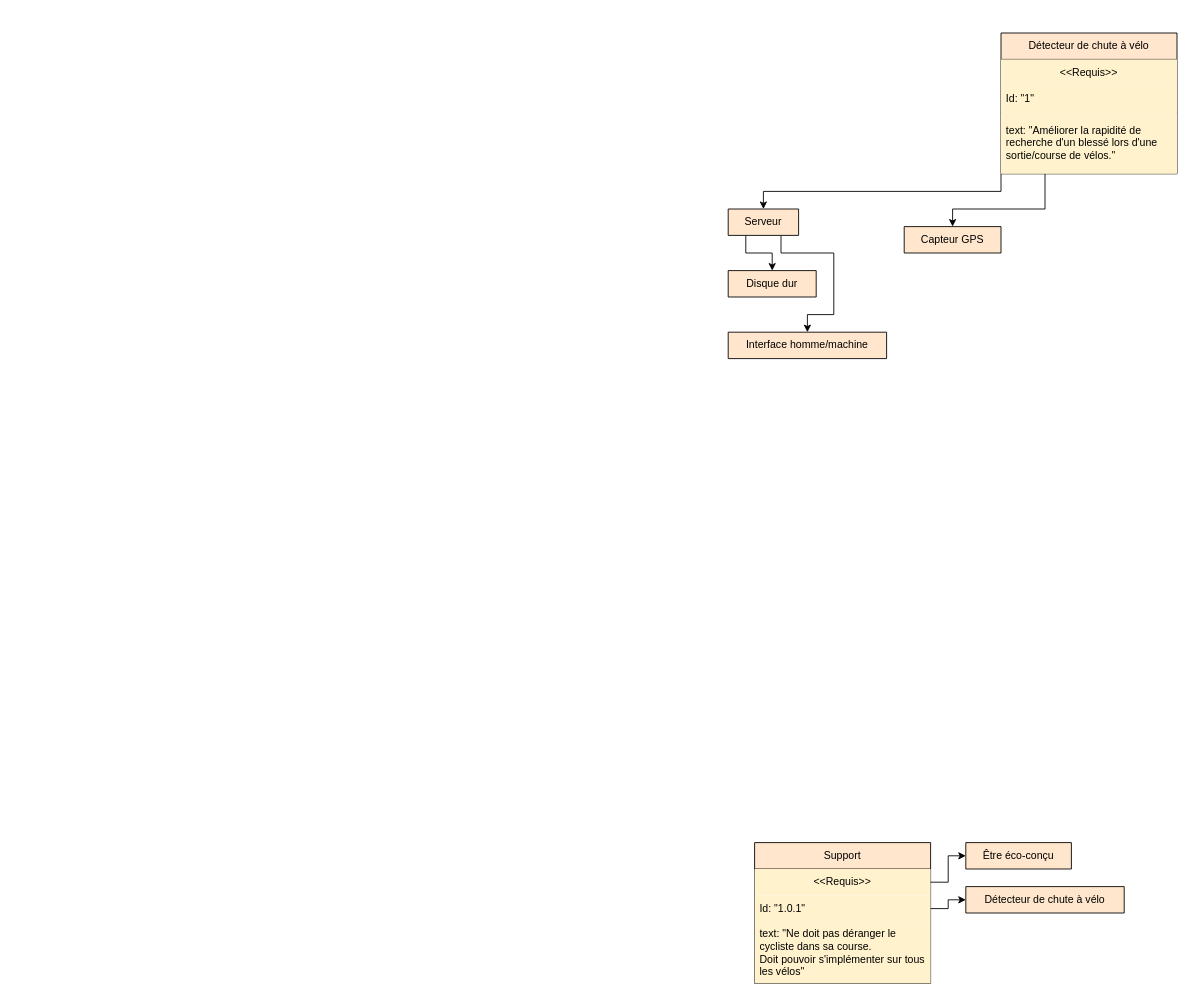
Earlier version of the draw.io diagram Diagramme d'exigence 2I2D.drawio (JLUSE63/2I2D). Source tidied: cells renumbered, new cells numbered last; positions are measured from the earlier drawing's top-left corner, leaving out a move shared by most shapes. Both pictures are drawn from the tidied source at 88%, with x=0, y=0 at pixel (728, 33).
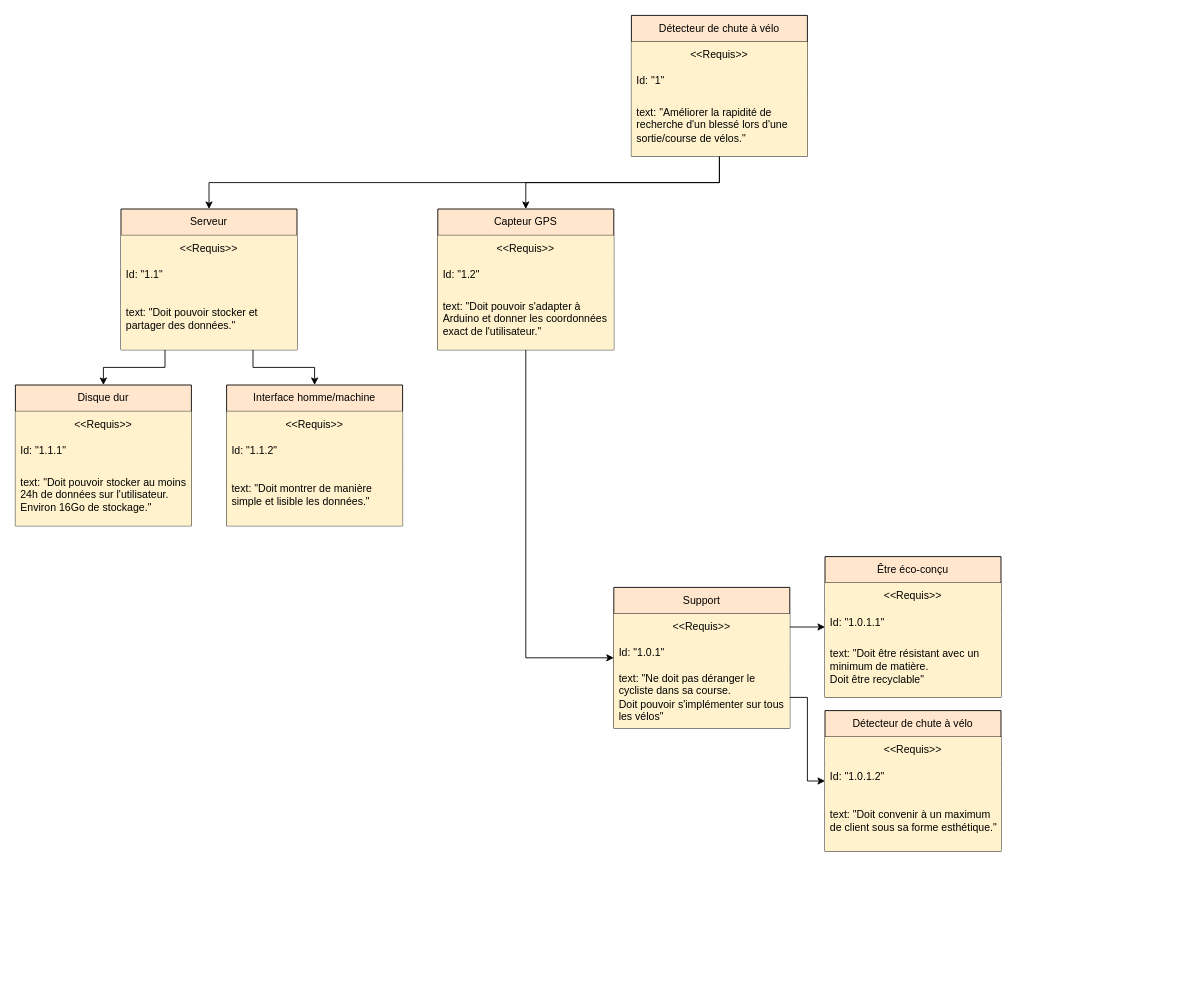
The same diagram, later.

Commit message:
Mettre à jour Diagramme d'exigence 2I2D.drawio

Unchanged cells that the change refers to:
```xml
<mxCell id="16" value="Id: &quot;1.0.1&quot;" style="text;strokeColor=none;fillColor=#fff2cc;align=left;verticalAlign=middle;spacingLeft=4;spacingRight=4;overflow=hidden;points=[[0,0.5],[1,0.5]];portConstraint=eastwest;whiteSpace=wrap;html=1;strokeWidth=0;" parent="14" vertex="1">
  <mxGeometry y="60" width="200" height="30" as="geometry" />
</mxCell>
<mxCell id="17" value="text: &quot;Ne doit pas déranger le cycliste dans sa course.&lt;br&gt;Doit pouvoir s'implémenter sur tous les vélos&quot;" style="text;strokeColor=none;fillColor=#fff2cc;align=left;verticalAlign=middle;spacingLeft=4;spacingRight=4;overflow=hidden;points=[[0,0.5],[1,0.5]];portConstraint=eastwest;whiteSpace=wrap;html=1;strokeWidth=0;" parent="14" vertex="1">
  <mxGeometry y="90" width="200" height="70" as="geometry" />
</mxCell>
```

Change to the diagram source:
```diff
@@
-    <mxCell id="2" style="edgeStyle=orthogonalEdgeStyle;rounded=0;jettySize=auto;html=1;exitX=0;exitY=1;exitDx=0;exitDy=0;entryX=0.5;entryY=0;entryDx=0;entryDy=0;" parent="1" edge="1" source="4" target="12">
+    <mxCell id="2" style="edgeStyle=orthogonalEdgeStyle;rounded=0;jettySize=auto;html=1;exitX=0.5;exitY=1;exitDx=0;exitDy=0;entryX=0.5;entryY=0;entryDx=0;entryDy=0;" parent="1" edge="1" source="4" target="12">
       <mxGeometry relative="1" as="geometry" />
     </mxCell>
-    <mxCell id="3" style="edgeStyle=orthogonalEdgeStyle;rounded=0;jettySize=auto;html=1;exitX=0.25;exitY=1;exitDx=0;exitDy=0;entryX=0.5;entryY=0;entryDx=0;entryDy=0;" parent="1" edge="1" source="4" target="13">
-      <mxGeometry relative="1" as="geometry">
-        <Array as="points">
-          <mxPoint x="360" y="200" />
-          <mxPoint x="255" y="200" />
-        </Array>
-      </mxGeometry>
+    <mxCell id="3" style="edgeStyle=orthogonalEdgeStyle;rounded=0;jettySize=auto;html=1;exitX=0.5;exitY=1;exitDx=0;exitDy=0;entryX=0.5;entryY=0;entryDx=0;entryDy=0;" parent="1" edge="1" source="4" target="13">
+      <mxGeometry relative="1" as="geometry" />
     </mxCell>
     <mxCell id="4" value="Détecteur de chute à vélo" style="swimlane;fontStyle=0;horizontal=1;startSize=30;whiteSpace=wrap;html=1;strokeWidth=1;fillColor=#ffe6cc;strokeColor=default;" parent="1" vertex="1">
-      <mxGeometry x="310" width="200" height="160" as="geometry" />
+      <mxGeometry x="-110" y="-20" width="200" height="160" as="geometry" />
     </mxCell>
@@
+    <mxCell id="10" value="Interface homme/machine" style="swimlane;fontStyle=0;horizontal=1;startSize=30;whiteSpace=wrap;html=1;strokeWidth=1;fillColor=#ffe6cc;strokeColor=default;" parent="1" vertex="1">
+      <mxGeometry x="-570" y="400" width="200" height="160" as="geometry" />
+    </mxCell>
+    <mxCell id="22" value="&amp;lt;&amp;lt;Requis&amp;gt;&amp;gt;" style="text;strokeColor=none;fillColor=#fff2cc;align=center;verticalAlign=middle;spacingLeft=4;spacingRight=4;overflow=hidden;whiteSpace=wrap;html=1;strokeWidth=0;" parent="10" vertex="1">
+      <mxGeometry y="30" width="200" height="30" as="geometry" />
+    </mxCell>
+    <mxCell id="23" value="Id: &quot;1.1.2&quot;" style="text;strokeColor=none;fillColor=#fff2cc;align=left;verticalAlign=middle;spacingLeft=4;spacingRight=4;overflow=hidden;whiteSpace=wrap;html=1;strokeWidth=0;" parent="10" vertex="1">
+      <mxGeometry y="60" width="200" height="30" as="geometry" />
+    </mxCell>
+    <mxCell id="24" value="text: &quot;Doit montrer de manière simple et lisible les données.&quot;" style="text;strokeColor=none;fillColor=#fff2cc;align=left;verticalAlign=middle;spacingLeft=4;spacingRight=4;overflow=hidden;whiteSpace=wrap;html=1;strokeWidth=0;" parent="10" vertex="1">
+      <mxGeometry y="90" width="200" height="70" as="geometry" />
+    </mxCell>
+    <mxCell id="11" value="Disque dur" style="swimlane;fontStyle=0;horizontal=1;startSize=30;whiteSpace=wrap;html=1;strokeWidth=1;fillColor=#ffe6cc;strokeColor=default;" parent="1" vertex="1">
+      <mxGeometry x="-810" y="400" width="200" height="160" as="geometry" />
+    </mxCell>
+    <mxCell id="25" value="&amp;lt;&amp;lt;Requis&amp;gt;&amp;gt;" style="text;strokeColor=none;fillColor=#fff2cc;align=center;verticalAlign=middle;spacingLeft=4;spacingRight=4;overflow=hidden;whiteSpace=wrap;html=1;strokeWidth=0;" parent="11" vertex="1">
+      <mxGeometry y="30" width="200" height="30" as="geometry" />
+    </mxCell>
+    <mxCell id="26" value="Id: &quot;1.1.1&quot;" style="text;strokeColor=none;fillColor=#fff2cc;align=left;verticalAlign=middle;spacingLeft=4;spacingRight=4;overflow=hidden;whiteSpace=wrap;html=1;strokeWidth=0;" parent="11" vertex="1">
+      <mxGeometry y="60" width="200" height="30" as="geometry" />
+    </mxCell>
+    <mxCell id="27" value="text: &quot;Doit pouvoir stocker au moins 24h de données sur l'utilisateur.&lt;br&gt;Environ 16Go de stockage.&quot;" style="text;strokeColor=none;fillColor=#fff2cc;align=left;verticalAlign=middle;spacingLeft=4;spacingRight=4;overflow=hidden;whiteSpace=wrap;html=1;strokeWidth=0;" parent="11" vertex="1">
+      <mxGeometry y="90" width="200" height="70" as="geometry" />
+    </mxCell>
+    <mxCell id="9" style="edgeStyle=orthogonalEdgeStyle;rounded=0;jettySize=auto;html=1;exitX=0.75;exitY=1;exitDx=0;exitDy=0;entryX=0.5;entryY=0;entryDx=0;entryDy=0;" parent="1" edge="1" source="12" target="10">
+      <mxGeometry relative="1" as="geometry" />
+    </mxCell>
@@
-    <mxCell id="9" style="edgeStyle=orthogonalEdgeStyle;rounded=0;jettySize=auto;html=1;exitX=0.75;exitY=1;exitDx=0;exitDy=0;entryX=0.5;entryY=0;entryDx=0;entryDy=0;" parent="1" edge="1" source="12" target="10">
-      <mxGeometry relative="1" as="geometry">
-        <Array as="points">
-          <mxPoint x="60" y="250" />
-          <mxPoint x="120" y="250" />
-          <mxPoint x="120" y="320" />
-          <mxPoint x="90" y="320" />
-        </Array>
-      </mxGeometry>
-    </mxCell>
-    <mxCell id="10" value="Interface homme/machine" style="swimlane;fontStyle=0;horizontal=1;startSize=30;whiteSpace=wrap;html=1;strokeWidth=1;fillColor=#ffe6cc;strokeColor=default;" parent="1" vertex="1" collapsed="1">
-      <mxGeometry y="340" width="180" height="30" as="geometry" />
-    </mxCell>
-    <mxCell id="11" value="Disque dur" style="swimlane;fontStyle=0;horizontal=1;startSize=30;whiteSpace=wrap;html=1;strokeWidth=1;fillColor=#ffe6cc;strokeColor=default;" parent="1" vertex="1" collapsed="1">
-      <mxGeometry y="270" width="100" height="30" as="geometry" />
-    </mxCell>
-    <mxCell id="12" value="Serveur" style="swimlane;fontStyle=0;horizontal=1;startSize=30;whiteSpace=wrap;html=1;strokeWidth=1;fillColor=#ffe6cc;strokeColor=default;" parent="1" vertex="1" collapsed="1">
-      <mxGeometry y="200" width="80" height="30" as="geometry" />
+    <mxCell id="12" value="Serveur" style="swimlane;fontStyle=0;horizontal=1;startSize=30;whiteSpace=wrap;html=1;strokeWidth=1;fillColor=#ffe6cc;strokeColor=default;" parent="1" vertex="1">
+      <mxGeometry x="-690" y="200" width="200" height="160" as="geometry" />
     </mxCell>
+    <mxCell id="28" value="&amp;lt;&amp;lt;Requis&amp;gt;&amp;gt;" style="text;strokeColor=none;fillColor=#fff2cc;align=center;verticalAlign=middle;spacingLeft=4;spacingRight=4;overflow=hidden;whiteSpace=wrap;html=1;strokeWidth=0;" parent="12" vertex="1">
+      <mxGeometry y="30" width="200" height="30" as="geometry" />
+    </mxCell>
+    <mxCell id="29" value="Id: &quot;1.1&quot;" style="text;strokeColor=none;fillColor=#fff2cc;align=left;verticalAlign=middle;spacingLeft=4;spacingRight=4;overflow=hidden;whiteSpace=wrap;html=1;strokeWidth=0;" parent="12" vertex="1">
+      <mxGeometry y="60" width="200" height="30" as="geometry" />
+    </mxCell>
+    <mxCell id="30" value="text: &quot;Doit pouvoir stocker et partager des données.&quot;" style="text;strokeColor=none;fillColor=#fff2cc;align=left;verticalAlign=middle;spacingLeft=4;spacingRight=4;overflow=hidden;whiteSpace=wrap;html=1;strokeWidth=0;" parent="12" vertex="1">
+      <mxGeometry y="90" width="200" height="70" as="geometry" />
+    </mxCell>
+    <mxCell id="31" style="edgeStyle=orthogonalEdgeStyle;rounded=0;jettySize=auto;html=1;exitX=0.5;exitY=1;exitDx=0;exitDy=0;entryX=0;entryY=0.5;entryDx=0;entryDy=0;" parent="1" edge="1" source="13" target="14">
+      <mxGeometry relative="1" as="geometry" />
+    </mxCell>
-    <mxCell id="13" value="Capteur GPS" style="swimlane;fontStyle=0;horizontal=1;startSize=30;whiteSpace=wrap;html=1;strokeWidth=1;fillColor=#ffe6cc;strokeColor=default;" parent="1" vertex="1" collapsed="1">
-      <mxGeometry x="200" y="220" width="110" height="30" as="geometry" />
+    <mxCell id="13" value="Capteur GPS" style="swimlane;fontStyle=0;horizontal=1;startSize=30;whiteSpace=wrap;html=1;strokeWidth=1;fillColor=#ffe6cc;strokeColor=default;" parent="1" vertex="1">
+      <mxGeometry x="-330" y="200" width="200" height="160" as="geometry" />
     </mxCell>
+    <mxCell id="32" value="&amp;lt;&amp;lt;Requis&amp;gt;&amp;gt;" style="text;strokeColor=none;fillColor=#fff2cc;align=center;verticalAlign=middle;spacingLeft=4;spacingRight=4;overflow=hidden;whiteSpace=wrap;html=1;strokeWidth=0;" parent="13" vertex="1">
+      <mxGeometry y="30" width="200" height="30" as="geometry" />
+    </mxCell>
+    <mxCell id="33" value="Id: &quot;1.2&quot;" style="text;strokeColor=none;fillColor=#fff2cc;align=left;verticalAlign=middle;spacingLeft=4;spacingRight=4;overflow=hidden;whiteSpace=wrap;html=1;strokeWidth=0;" parent="13" vertex="1">
+      <mxGeometry y="60" width="200" height="30" as="geometry" />
+    </mxCell>
+    <mxCell id="34" value="text: &quot;Doit pouvoir s'adapter à Arduino et donner les coordonnées exact de l'utilisateur.&quot;" style="text;strokeColor=none;fillColor=#fff2cc;align=left;verticalAlign=middle;spacingLeft=4;spacingRight=4;overflow=hidden;whiteSpace=wrap;html=1;strokeWidth=0;" parent="13" vertex="1">
+      <mxGeometry y="90" width="200" height="70" as="geometry" />
+    </mxCell>
     <mxCell id="14" value="Support" style="swimlane;fontStyle=0;horizontal=1;startSize=30;whiteSpace=wrap;html=1;strokeWidth=1;fillColor=#ffe6cc;strokeColor=default;" parent="1" vertex="1">
-      <mxGeometry x="30" y="920" width="200" height="160" as="geometry" />
+      <mxGeometry x="-130" y="630" width="200" height="160" as="geometry" />
     </mxCell>
@@
-    <mxCell id="18" value="Détecteur de chute à vélo" style="swimlane;fontStyle=0;horizontal=1;startSize=30;whiteSpace=wrap;html=1;strokeWidth=1;fillColor=#ffe6cc;strokeColor=default;" parent="1" vertex="1" collapsed="1">
-      <mxGeometry x="270" y="970" width="180" height="30" as="geometry" />
+    <mxCell id="18" value="Détecteur de chute à vélo" style="swimlane;fontStyle=0;horizontal=1;startSize=30;whiteSpace=wrap;html=1;strokeWidth=1;fillColor=#ffe6cc;strokeColor=default;" parent="1" vertex="1">
+      <mxGeometry x="110" y="770" width="200" height="160" as="geometry" />
     </mxCell>
+    <mxCell id="35" value="&amp;lt;&amp;lt;Requis&amp;gt;&amp;gt;" style="text;strokeColor=none;fillColor=#fff2cc;align=center;verticalAlign=middle;spacingLeft=4;spacingRight=4;overflow=hidden;whiteSpace=wrap;html=1;strokeWidth=0;" parent="18" vertex="1">
+      <mxGeometry y="30" width="200" height="30" as="geometry" />
+    </mxCell>
+    <mxCell id="36" value="Id: &quot;1.0.1.2&quot;" style="text;strokeColor=none;fillColor=#fff2cc;align=left;verticalAlign=middle;spacingLeft=4;spacingRight=4;overflow=hidden;whiteSpace=wrap;html=1;strokeWidth=0;" parent="18" vertex="1">
+      <mxGeometry y="60" width="200" height="30" as="geometry" />
+    </mxCell>
+    <mxCell id="37" value="text: &quot;Doit convenir à un maximum de client sous sa forme esthétique.&quot;" style="text;strokeColor=none;fillColor=#fff2cc;align=left;verticalAlign=middle;spacingLeft=4;spacingRight=4;overflow=hidden;whiteSpace=wrap;html=1;strokeWidth=0;" parent="18" vertex="1">
+      <mxGeometry y="90" width="200" height="70" as="geometry" />
+    </mxCell>
-    <mxCell id="19" value="Être éco-conçu" style="swimlane;fontStyle=0;horizontal=1;startSize=30;whiteSpace=wrap;html=1;strokeWidth=1;fillColor=#ffe6cc;strokeColor=default;" parent="1" vertex="1" collapsed="1">
-      <mxGeometry x="270" y="920" width="120" height="30" as="geometry" />
+    <mxCell id="19" value="Être éco-conçu" style="swimlane;fontStyle=0;horizontal=1;startSize=30;whiteSpace=wrap;html=1;strokeWidth=1;fillColor=#ffe6cc;strokeColor=default;" parent="1" vertex="1">
+      <mxGeometry x="110" y="595" width="200" height="160" as="geometry" />
     </mxCell>
+    <mxCell id="38" value="&amp;lt;&amp;lt;Requis&amp;gt;&amp;gt;" style="text;strokeColor=none;fillColor=#fff2cc;align=center;verticalAlign=middle;spacingLeft=4;spacingRight=4;overflow=hidden;whiteSpace=wrap;html=1;strokeWidth=0;" parent="19" vertex="1">
+      <mxGeometry y="30" width="200" height="30" as="geometry" />
+    </mxCell>
+    <mxCell id="39" value="Id: &quot;1.0.1.1&quot;" style="text;strokeColor=none;fillColor=#fff2cc;align=left;verticalAlign=middle;spacingLeft=4;spacingRight=4;overflow=hidden;whiteSpace=wrap;html=1;strokeWidth=0;" parent="19" vertex="1">
+      <mxGeometry y="60" width="200" height="30" as="geometry" />
+    </mxCell>
+    <mxCell id="40" value="text: &quot;Doit être résistant avec un minimum de matière.&lt;br&gt;Doit être recyclable&quot;" style="text;strokeColor=none;fillColor=#fff2cc;align=left;verticalAlign=middle;spacingLeft=4;spacingRight=4;overflow=hidden;whiteSpace=wrap;html=1;strokeWidth=0;" parent="19" vertex="1">
+      <mxGeometry y="90" width="200" height="70" as="geometry" />
+    </mxCell>
@@
-    <mxCell id="21" style="edgeStyle=orthogonalEdgeStyle;rounded=0;jettySize=auto;html=1;exitX=1;exitY=0.5;exitDx=0;exitDy=0;entryX=0;entryY=0.5;entryDx=0;entryDy=0;" parent="1" edge="1" source="16" target="18">
-      <mxGeometry relative="1" as="geometry" />
-    </mxCell>
+    <mxCell id="41" style="edgeStyle=orthogonalEdgeStyle;rounded=0;jettySize=auto;html=1;exitX=1;exitY=0.5;exitDx=0;exitDy=0;entryX=0;entryY=0.5;entryDx=0;entryDy=0;" parent="1" edge="1" source="17" target="18">
+      <mxGeometry relative="1" as="geometry" />
+    </mxCell>
```
